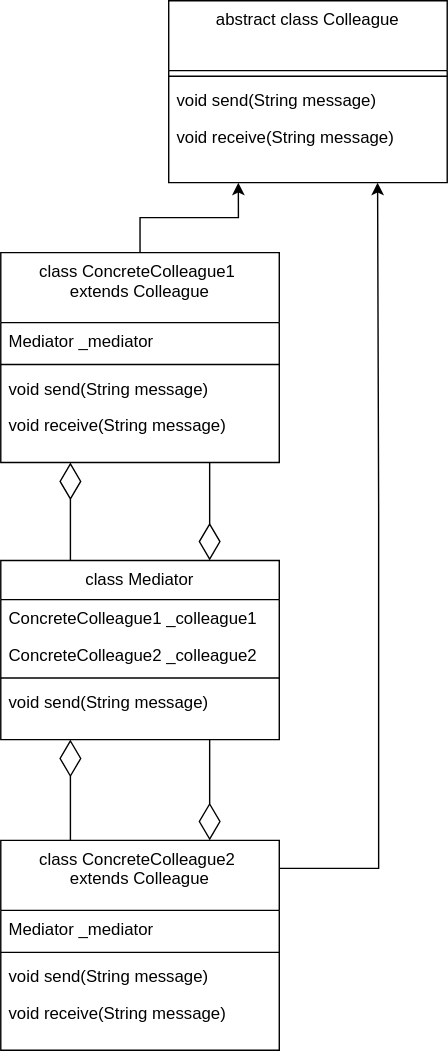
Before: patt_mediator.svg, a diagram exported from draw.io (Alex-0277911/mediator_pattern). Source tidied: cells renumbered, new cells last; positions are measured from the earlier drawing's top-left corner, leaving out a move shared by most shapes. Its diagram source:
```xml
<mxGraphModel>
  <root>
    <mxCell id="0" />
    <mxCell id="1" parent="0" />
    <mxCell id="2" value="abstract class Colleague" style="swimlane;fontStyle=0;align=center;verticalAlign=top;horizontal=1;startSize=50;rounded=0;shadow=0;strokeWidth=1;" parent="1" vertex="1">
      <mxGeometry x="120" width="199" height="130" as="geometry" />
    </mxCell>
    <mxCell id="3" style="line;strokeWidth=1;fillColor=none;align=left;verticalAlign=middle;spacingTop=-1;spacingLeft=3;spacingRight=3;labelPosition=right;strokeColor=inherit;" parent="2" vertex="1">
      <mxGeometry y="50" width="199" height="8" as="geometry" />
    </mxCell>
    <mxCell id="4" value="void send(String message)" style="text;align=left;verticalAlign=top;spacingLeft=4;spacingRight=4;overflow=hidden;" parent="2" vertex="1">
      <mxGeometry y="58" width="199" height="26" as="geometry" />
    </mxCell>
    <mxCell id="5" value="void receive(String message)" style="text;align=left;verticalAlign=top;spacingLeft=4;spacingRight=4;overflow=hidden;" parent="2" vertex="1">
      <mxGeometry y="84" width="199" height="26" as="geometry" />
    </mxCell>
    <mxCell id="6" style="edgeStyle=orthogonalEdgeStyle;rounded=0;jettySize=auto;html=1;entryX=0.25;entryY=1;entryDx=0;entryDy=0;" parent="1" edge="1" source="7" target="2">
      <mxGeometry relative="1" as="geometry" />
    </mxCell>
    <mxCell id="7" value="class ConcreteColleague1 &#10;extends Colleague" style="swimlane;fontStyle=0;align=center;verticalAlign=top;horizontal=1;startSize=50;rounded=0;shadow=0;strokeWidth=1;" parent="1" vertex="1">
      <mxGeometry y="180" width="199" height="150" as="geometry" />
    </mxCell>
    <mxCell id="8" value="Mediator _mediator" style="text;align=left;verticalAlign=top;spacingLeft=4;spacingRight=4;overflow=hidden;" parent="7" vertex="1">
      <mxGeometry y="50" width="199" height="26" as="geometry" />
    </mxCell>
    <mxCell id="9" style="line;strokeWidth=1;fillColor=none;align=left;verticalAlign=middle;spacingTop=-1;spacingLeft=3;spacingRight=3;labelPosition=right;strokeColor=inherit;" parent="7" vertex="1">
      <mxGeometry y="76" width="199" height="8" as="geometry" />
    </mxCell>
    <mxCell id="10" value="void send(String message)" style="text;align=left;verticalAlign=top;spacingLeft=4;spacingRight=4;overflow=hidden;" parent="7" vertex="1">
      <mxGeometry y="84" width="199" height="26" as="geometry" />
    </mxCell>
    <mxCell id="11" value="void receive(String message)" style="text;align=left;verticalAlign=top;spacingLeft=4;spacingRight=4;overflow=hidden;" parent="7" vertex="1">
      <mxGeometry y="110" width="199" height="26" as="geometry" />
    </mxCell>
    <mxCell id="12" style="edgeStyle=orthogonalEdgeStyle;rounded=0;jettySize=auto;html=1;entryX=0.75;entryY=1;entryDx=0;entryDy=0;" parent="1" edge="1" source="13" target="2">
      <mxGeometry relative="1" as="geometry">
        <Array as="points">
          <mxPoint x="270" y="620" />
          <mxPoint x="270" y="365" />
        </Array>
      </mxGeometry>
    </mxCell>
    <mxCell id="13" value="class ConcreteColleague2 &#10;extends Colleague" style="swimlane;fontStyle=0;align=center;verticalAlign=top;horizontal=1;startSize=50;rounded=0;shadow=0;strokeWidth=1;" parent="1" vertex="1">
      <mxGeometry y="600" width="199" height="150" as="geometry" />
    </mxCell>
    <mxCell id="14" value="Mediator _mediator" style="text;align=left;verticalAlign=top;spacingLeft=4;spacingRight=4;overflow=hidden;" parent="13" vertex="1">
      <mxGeometry y="50" width="199" height="26" as="geometry" />
    </mxCell>
    <mxCell id="15" style="line;strokeWidth=1;fillColor=none;align=left;verticalAlign=middle;spacingTop=-1;spacingLeft=3;spacingRight=3;labelPosition=right;strokeColor=inherit;" parent="13" vertex="1">
      <mxGeometry y="76" width="199" height="8" as="geometry" />
    </mxCell>
    <mxCell id="16" value="void send(String message)" style="text;align=left;verticalAlign=top;spacingLeft=4;spacingRight=4;overflow=hidden;" parent="13" vertex="1">
      <mxGeometry y="84" width="199" height="26" as="geometry" />
    </mxCell>
    <mxCell id="17" value="void receive(String message)" style="text;align=left;verticalAlign=top;spacingLeft=4;spacingRight=4;overflow=hidden;" parent="13" vertex="1">
      <mxGeometry y="110" width="199" height="26" as="geometry" />
    </mxCell>
    <mxCell id="18" value="class Mediator" style="swimlane;fontStyle=0;align=center;verticalAlign=top;horizontal=1;startSize=28;rounded=0;shadow=0;strokeWidth=1;" parent="1" vertex="1">
      <mxGeometry y="400" width="199" height="128" as="geometry" />
    </mxCell>
    <mxCell id="19" value="ConcreteColleague1 _colleague1" style="text;align=left;verticalAlign=top;spacingLeft=4;spacingRight=4;overflow=hidden;" parent="18" vertex="1">
      <mxGeometry y="28" width="199" height="26" as="geometry" />
    </mxCell>
    <mxCell id="20" value="ConcreteColleague2 _colleague2" style="text;align=left;verticalAlign=top;spacingLeft=4;spacingRight=4;overflow=hidden;" parent="18" vertex="1">
      <mxGeometry y="54" width="199" height="26" as="geometry" />
    </mxCell>
    <mxCell id="21" style="line;strokeWidth=1;fillColor=none;align=left;verticalAlign=middle;spacingTop=-1;spacingLeft=3;spacingRight=3;labelPosition=right;strokeColor=inherit;" parent="18" vertex="1">
      <mxGeometry y="80" width="199" height="8" as="geometry" />
    </mxCell>
    <mxCell id="22" value="void send(String message)" style="text;align=left;verticalAlign=top;spacingLeft=4;spacingRight=4;overflow=hidden;" parent="18" vertex="1">
      <mxGeometry y="88" width="199" height="26" as="geometry" />
    </mxCell>
    <mxCell id="23" style="endArrow=diamondThin;endFill=0;endSize=24;html=1;rounded=0;entryX=0.25;entryY=1;entryDx=0;entryDy=0;exitX=0.25;exitY=0;exitDx=0;exitDy=0;" parent="1" edge="1" source="13" target="18">
      <mxGeometry relative="1" as="geometry" />
    </mxCell>
    <mxCell id="24" style="endArrow=diamondThin;endFill=0;endSize=24;html=1;rounded=0;exitX=0.75;exitY=1;exitDx=0;exitDy=0;entryX=0.75;entryY=0;entryDx=0;entryDy=0;" parent="1" edge="1" source="18" target="13">
      <mxGeometry relative="1" as="geometry" />
    </mxCell>
    <mxCell id="25" style="endArrow=diamondThin;endFill=0;endSize=24;html=1;rounded=0;entryX=0.25;entryY=1;entryDx=0;entryDy=0;exitX=0.25;exitY=0;exitDx=0;exitDy=0;" parent="1" edge="1" source="18" target="7">
      <mxGeometry relative="1" as="geometry" />
    </mxCell>
    <mxCell id="26" style="endArrow=diamondThin;endFill=0;endSize=24;html=1;rounded=0;exitX=0.75;exitY=1;exitDx=0;exitDy=0;entryX=0.75;entryY=0;entryDx=0;entryDy=0;" parent="1" edge="1" source="7" target="18">
      <mxGeometry relative="1" as="geometry" />
    </mxCell>
  </root>
</mxGraphModel>
```
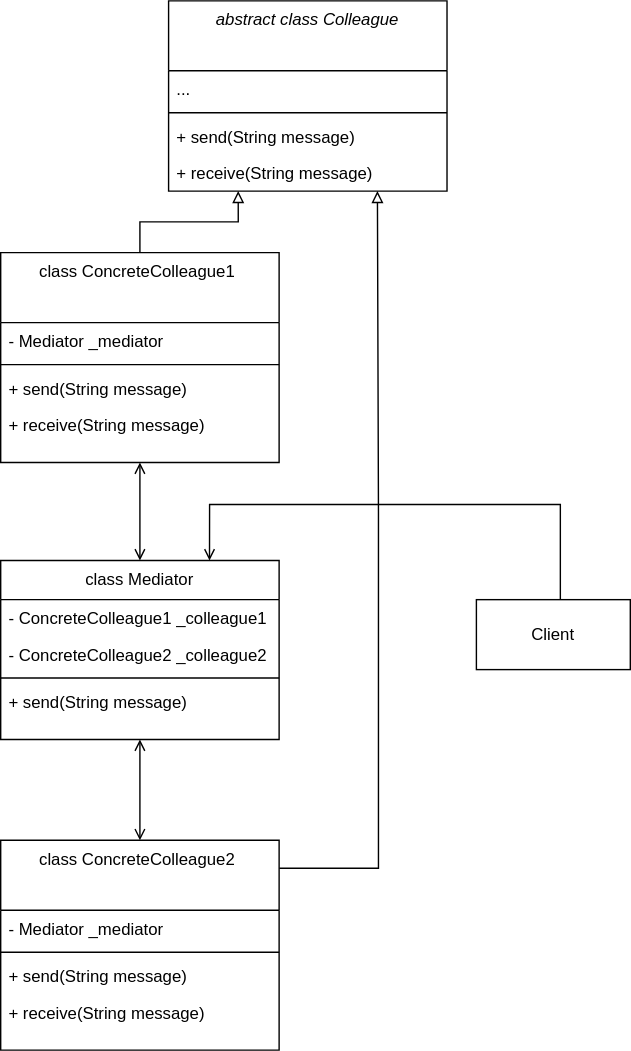
The same file after the commit.

The edit, as a diff of the source:
```diff
@@ -2,37 +2,40 @@
   <root>
     <mxCell id="0" />
     <mxCell id="1" parent="0" />
-    <mxCell id="2" value="abstract class Colleague" style="swimlane;fontStyle=0;align=center;verticalAlign=top;horizontal=1;startSize=50;rounded=0;shadow=0;strokeWidth=1;" parent="1" vertex="1">
-      <mxGeometry x="120" width="199" height="130" as="geometry" />
+    <mxCell id="2" value="abstract class Colleague" style="swimlane;fontStyle=2;align=center;verticalAlign=top;horizontal=1;startSize=50;rounded=0;shadow=0;strokeWidth=1;" parent="1" vertex="1">
+      <mxGeometry x="120" width="199" height="136" as="geometry" />
     </mxCell>
+    <mxCell id="27" value="..." style="text;align=left;verticalAlign=top;spacingLeft=4;spacingRight=4;overflow=hidden;" parent="2" vertex="1">
+      <mxGeometry y="50" width="199" height="26" as="geometry" />
+    </mxCell>
     <mxCell id="3" style="line;strokeWidth=1;fillColor=none;align=left;verticalAlign=middle;spacingTop=-1;spacingLeft=3;spacingRight=3;labelPosition=right;strokeColor=inherit;" parent="2" vertex="1">
-      <mxGeometry y="50" width="199" height="8" as="geometry" />
+      <mxGeometry y="76" width="199" height="8" as="geometry" />
     </mxCell>
-    <mxCell id="4" value="void send(String message)" style="text;align=left;verticalAlign=top;spacingLeft=4;spacingRight=4;overflow=hidden;" parent="2" vertex="1">
-      <mxGeometry y="58" width="199" height="26" as="geometry" />
+    <mxCell id="4" value="+ send(String message)" style="text;align=left;verticalAlign=top;spacingLeft=4;spacingRight=4;overflow=hidden;" parent="2" vertex="1">
+      <mxGeometry y="84" width="199" height="26" as="geometry" />
     </mxCell>
-    <mxCell id="5" value="void receive(String message)" style="text;align=left;verticalAlign=top;spacingLeft=4;spacingRight=4;overflow=hidden;" parent="2" vertex="1">
-      <mxGeometry y="84" width="199" height="26" as="geometry" />
+    <mxCell id="5" value="+ receive(String message)" style="text;align=left;verticalAlign=top;spacingLeft=4;spacingRight=4;overflow=hidden;" parent="2" vertex="1">
+      <mxGeometry y="110" width="199" height="26" as="geometry" />
     </mxCell>
-    <mxCell id="6" style="edgeStyle=orthogonalEdgeStyle;rounded=0;jettySize=auto;html=1;entryX=0.25;entryY=1;entryDx=0;entryDy=0;" parent="1" edge="1" source="7" target="2">
+    <mxCell id="6" style="edgeStyle=orthogonalEdgeStyle;rounded=0;jettySize=auto;html=1;entryX=0.25;entryY=1;entryDx=0;entryDy=0;endArrow=block;endFill=0;" parent="1" edge="1" source="7" target="2">
       <mxGeometry relative="1" as="geometry" />
     </mxCell>
-    <mxCell id="7" value="class ConcreteColleague1 &#10;extends Colleague" style="swimlane;fontStyle=0;align=center;verticalAlign=top;horizontal=1;startSize=50;rounded=0;shadow=0;strokeWidth=1;" parent="1" vertex="1">
+    <mxCell id="7" value="class ConcreteColleague1 " style="swimlane;fontStyle=0;align=center;verticalAlign=top;horizontal=1;startSize=50;rounded=0;shadow=0;strokeWidth=1;" parent="1" vertex="1">
       <mxGeometry y="180" width="199" height="150" as="geometry" />
     </mxCell>
-    <mxCell id="8" value="Mediator _mediator" style="text;align=left;verticalAlign=top;spacingLeft=4;spacingRight=4;overflow=hidden;" parent="7" vertex="1">
+    <mxCell id="8" value="- Mediator _mediator" style="text;align=left;verticalAlign=top;spacingLeft=4;spacingRight=4;overflow=hidden;" parent="7" vertex="1">
       <mxGeometry y="50" width="199" height="26" as="geometry" />
     </mxCell>
     <mxCell id="9" style="line;strokeWidth=1;fillColor=none;align=left;verticalAlign=middle;spacingTop=-1;spacingLeft=3;spacingRight=3;labelPosition=right;strokeColor=inherit;" parent="7" vertex="1">
       <mxGeometry y="76" width="199" height="8" as="geometry" />
     </mxCell>
-    <mxCell id="10" value="void send(String message)" style="text;align=left;verticalAlign=top;spacingLeft=4;spacingRight=4;overflow=hidden;" parent="7" vertex="1">
+    <mxCell id="10" value="+ send(String message)" style="text;align=left;verticalAlign=top;spacingLeft=4;spacingRight=4;overflow=hidden;" parent="7" vertex="1">
       <mxGeometry y="84" width="199" height="26" as="geometry" />
     </mxCell>
-    <mxCell id="11" value="void receive(String message)" style="text;align=left;verticalAlign=top;spacingLeft=4;spacingRight=4;overflow=hidden;" parent="7" vertex="1">
+    <mxCell id="11" value="+ receive(String message)" style="text;align=left;verticalAlign=top;spacingLeft=4;spacingRight=4;overflow=hidden;" parent="7" vertex="1">
       <mxGeometry y="110" width="199" height="26" as="geometry" />
     </mxCell>
-    <mxCell id="12" style="edgeStyle=orthogonalEdgeStyle;rounded=0;jettySize=auto;html=1;entryX=0.75;entryY=1;entryDx=0;entryDy=0;" parent="1" edge="1" source="13" target="2">
+    <mxCell id="12" style="edgeStyle=orthogonalEdgeStyle;rounded=0;jettySize=auto;html=1;entryX=0.75;entryY=1;entryDx=0;entryDy=0;endArrow=block;endFill=0;" parent="1" edge="1" source="13" target="2">
       <mxGeometry relative="1" as="geometry">
         <Array as="points">
           <mxPoint x="270" y="620" />
@@ -40,47 +43,52 @@
         </Array>
       </mxGeometry>
     </mxCell>
+    <mxCell id="23" style="edgeStyle=orthogonalEdgeStyle;rounded=0;jettySize=auto;html=1;entryX=0.5;entryY=1;entryDx=0;entryDy=0;startArrow=open;startFill=0;endArrow=open;endFill=0;" parent="1" edge="1" source="13" target="18">
+      <mxGeometry relative="1" as="geometry" />
+    </mxCell>
-    <mxCell id="13" value="class ConcreteColleague2 &#10;extends Colleague" style="swimlane;fontStyle=0;align=center;verticalAlign=top;horizontal=1;startSize=50;rounded=0;shadow=0;strokeWidth=1;" parent="1" vertex="1">
+    <mxCell id="13" value="class ConcreteColleague2 " style="swimlane;fontStyle=0;align=center;verticalAlign=top;horizontal=1;startSize=50;rounded=0;shadow=0;strokeWidth=1;" parent="1" vertex="1">
       <mxGeometry y="600" width="199" height="150" as="geometry" />
     </mxCell>
-    <mxCell id="14" value="Mediator _mediator" style="text;align=left;verticalAlign=top;spacingLeft=4;spacingRight=4;overflow=hidden;" parent="13" vertex="1">
+    <mxCell id="14" value="- Mediator _mediator" style="text;align=left;verticalAlign=top;spacingLeft=4;spacingRight=4;overflow=hidden;" parent="13" vertex="1">
       <mxGeometry y="50" width="199" height="26" as="geometry" />
     </mxCell>
     <mxCell id="15" style="line;strokeWidth=1;fillColor=none;align=left;verticalAlign=middle;spacingTop=-1;spacingLeft=3;spacingRight=3;labelPosition=right;strokeColor=inherit;" parent="13" vertex="1">
       <mxGeometry y="76" width="199" height="8" as="geometry" />
     </mxCell>
-    <mxCell id="16" value="void send(String message)" style="text;align=left;verticalAlign=top;spacingLeft=4;spacingRight=4;overflow=hidden;" parent="13" vertex="1">
+    <mxCell id="16" value="+ send(String message)" style="text;align=left;verticalAlign=top;spacingLeft=4;spacingRight=4;overflow=hidden;" parent="13" vertex="1">
       <mxGeometry y="84" width="199" height="26" as="geometry" />
     </mxCell>
-    <mxCell id="17" value="void receive(String message)" style="text;align=left;verticalAlign=top;spacingLeft=4;spacingRight=4;overflow=hidden;" parent="13" vertex="1">
+    <mxCell id="17" value="+ receive(String message)" style="text;align=left;verticalAlign=top;spacingLeft=4;spacingRight=4;overflow=hidden;" parent="13" vertex="1">
       <mxGeometry y="110" width="199" height="26" as="geometry" />
     </mxCell>
+    <mxCell id="25" style="edgeStyle=orthogonalEdgeStyle;rounded=0;jettySize=auto;html=1;entryX=0.5;entryY=1;entryDx=0;entryDy=0;startArrow=open;startFill=0;endArrow=open;endFill=0;" parent="1" edge="1" source="18" target="7">
+      <mxGeometry relative="1" as="geometry" />
+    </mxCell>
     <mxCell id="18" value="class Mediator" style="swimlane;fontStyle=0;align=center;verticalAlign=top;horizontal=1;startSize=28;rounded=0;shadow=0;strokeWidth=1;" parent="1" vertex="1">
       <mxGeometry y="400" width="199" height="128" as="geometry" />
     </mxCell>
-    <mxCell id="19" value="ConcreteColleague1 _colleague1" style="text;align=left;verticalAlign=top;spacingLeft=4;spacingRight=4;overflow=hidden;" parent="18" vertex="1">
+    <mxCell id="19" value="- ConcreteColleague1 _colleague1" style="text;align=left;verticalAlign=top;spacingLeft=4;spacingRight=4;overflow=hidden;" parent="18" vertex="1">
       <mxGeometry y="28" width="199" height="26" as="geometry" />
     </mxCell>
-    <mxCell id="20" value="ConcreteColleague2 _colleague2" style="text;align=left;verticalAlign=top;spacingLeft=4;spacingRight=4;overflow=hidden;" parent="18" vertex="1">
+    <mxCell id="20" value="- ConcreteColleague2 _colleague2" style="text;align=left;verticalAlign=top;spacingLeft=4;spacingRight=4;overflow=hidden;" parent="18" vertex="1">
       <mxGeometry y="54" width="199" height="26" as="geometry" />
     </mxCell>
     <mxCell id="21" style="line;strokeWidth=1;fillColor=none;align=left;verticalAlign=middle;spacingTop=-1;spacingLeft=3;spacingRight=3;labelPosition=right;strokeColor=inherit;" parent="18" vertex="1">
       <mxGeometry y="80" width="199" height="8" as="geometry" />
     </mxCell>
-    <mxCell id="22" value="void send(String message)" style="text;align=left;verticalAlign=top;spacingLeft=4;spacingRight=4;overflow=hidden;" parent="18" vertex="1">
+    <mxCell id="22" value="+ send(String message)" style="text;align=left;verticalAlign=top;spacingLeft=4;spacingRight=4;overflow=hidden;" parent="18" vertex="1">
       <mxGeometry y="88" width="199" height="26" as="geometry" />
     </mxCell>
-    <mxCell id="23" style="endArrow=diamondThin;endFill=0;endSize=24;html=1;rounded=0;entryX=0.25;entryY=1;entryDx=0;entryDy=0;exitX=0.25;exitY=0;exitDx=0;exitDy=0;" parent="1" edge="1" source="13" target="18">
-      <mxGeometry relative="1" as="geometry" />
-    </mxCell>
-    <mxCell id="24" style="endArrow=diamondThin;endFill=0;endSize=24;html=1;rounded=0;exitX=0.75;exitY=1;exitDx=0;exitDy=0;entryX=0.75;entryY=0;entryDx=0;entryDy=0;" parent="1" edge="1" source="18" target="13">
-      <mxGeometry relative="1" as="geometry" />
-    </mxCell>
-    <mxCell id="25" style="endArrow=diamondThin;endFill=0;endSize=24;html=1;rounded=0;entryX=0.25;entryY=1;entryDx=0;entryDy=0;exitX=0.25;exitY=0;exitDx=0;exitDy=0;" parent="1" edge="1" source="18" target="7">
-      <mxGeometry relative="1" as="geometry" />
-    </mxCell>
-    <mxCell id="26" style="endArrow=diamondThin;endFill=0;endSize=24;html=1;rounded=0;exitX=0.75;exitY=1;exitDx=0;exitDy=0;entryX=0.75;entryY=0;entryDx=0;entryDy=0;" parent="1" edge="1" source="7" target="18">
-      <mxGeometry relative="1" as="geometry" />
-    </mxCell>
+    <mxCell id="28" style="edgeStyle=orthogonalEdgeStyle;rounded=0;jettySize=auto;html=1;entryX=0.75;entryY=0;entryDx=0;entryDy=0;endArrow=open;endFill=0;" parent="1" edge="1" source="29" target="18">
+      <mxGeometry relative="1" as="geometry">
+        <Array as="points">
+          <mxPoint x="400" y="360" />
+          <mxPoint x="149" y="360" />
+        </Array>
+      </mxGeometry>
+    </mxCell>
+    <mxCell id="29" value="Client" style="html=1;whiteSpace=wrap;" parent="1" vertex="1">
+      <mxGeometry x="340" y="428" width="110" height="50" as="geometry" />
+    </mxCell>
   </root>
 </mxGraphModel>
```
